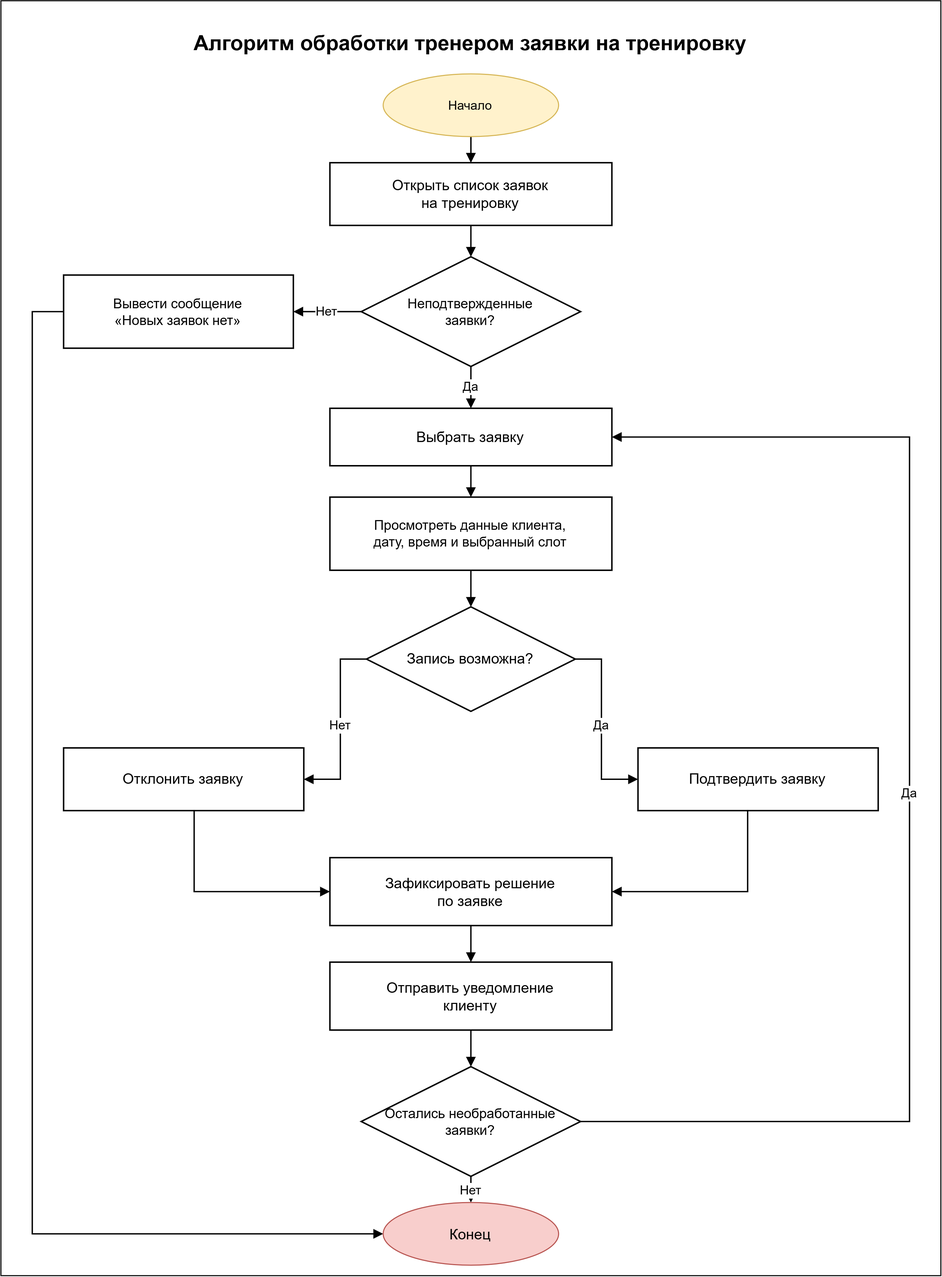
The draw.io diagram docs/diagrams/fitness_club_algorithm.png in anxthercode/DBMS_fitnessclub, before a commit. Source tidied: cells renumbered, new cells last; positions are measured from the earlier drawing's top-left corner, leaving out a move shared by most shapes. Its diagram source:
```xml
<mxGraphModel background="#ffffff">
  <root>
    <mxCell id="0" />
    <mxCell id="1" parent="0" />
    <mxCell id="2" style="rounded=0;whiteSpace=wrap;html=1;" parent="1" vertex="1">
      <mxGeometry width="900" height="1220" as="geometry" />
    </mxCell>
    <mxCell id="3" value="Алгоритм обработки тренером заявки на тренировку" style="text;html=1;strokeColor=none;fillColor=none;align=center;verticalAlign=middle;whiteSpace=wrap;fontFamily=Arial;fontSize=20;fontStyle=1;fontColor=#000000;" parent="1" vertex="1">
      <mxGeometry x="100" y="20" width="700" height="40" as="geometry" />
    </mxCell>
    <mxCell id="4" value="Открыть список заявок&lt;br&gt;на тренировку" style="rounded=0;whiteSpace=wrap;html=1;fillColor=#FFFFFF;strokeColor=#000000;strokeWidth=1.4;fontFamily=Arial;fontSize=14;fontColor=#000000;align=center;verticalAlign=middle;spacing=6;" parent="1" vertex="1">
      <mxGeometry x="315" y="155" width="270" height="60" as="geometry" />
    </mxCell>
    <mxCell id="5" value="Неподтвержденные&lt;br&gt;заявки?" style="rhombus;whiteSpace=wrap;html=1;fillColor=#FFFFFF;strokeColor=#000000;strokeWidth=1.4;fontFamily=Arial;fontSize=13;fontColor=#000000;align=center;verticalAlign=middle;spacing=4;" parent="1" vertex="1">
      <mxGeometry x="345" y="245" width="210" height="105" as="geometry" />
    </mxCell>
    <mxCell id="6" value="Вывести сообщение&lt;br&gt;«Новых заявок нет»" style="rounded=0;whiteSpace=wrap;html=1;fillColor=#FFFFFF;strokeColor=#000000;strokeWidth=1.4;fontFamily=Arial;fontSize=13;fontColor=#000000;align=center;verticalAlign=middle;spacing=6;" parent="1" vertex="1">
      <mxGeometry x="60" y="262.5" width="220" height="70" as="geometry" />
    </mxCell>
    <mxCell id="7" value="Выбрать заявку" style="rounded=0;whiteSpace=wrap;html=1;fillColor=#FFFFFF;strokeColor=#000000;strokeWidth=1.4;fontFamily=Arial;fontSize=14;fontColor=#000000;align=center;verticalAlign=middle;spacing=6;" parent="1" vertex="1">
      <mxGeometry x="315" y="390" width="270" height="55" as="geometry" />
    </mxCell>
    <mxCell id="8" value="Просмотреть данные клиента,&lt;br&gt;дату, время и выбранный слот" style="rounded=0;whiteSpace=wrap;html=1;fillColor=#FFFFFF;strokeColor=#000000;strokeWidth=1.4;fontFamily=Arial;fontSize=13;fontColor=#000000;align=center;verticalAlign=middle;spacing=6;" parent="1" vertex="1">
      <mxGeometry x="315" y="475" width="270" height="70" as="geometry" />
    </mxCell>
    <mxCell id="9" value="Запись возможна?" style="rhombus;whiteSpace=wrap;html=1;fillColor=#FFFFFF;strokeColor=#000000;strokeWidth=1.4;fontFamily=Arial;fontSize=14;fontColor=#000000;align=center;verticalAlign=middle;spacing=4;" parent="1" vertex="1">
      <mxGeometry x="350" y="580" width="200" height="100" as="geometry" />
    </mxCell>
    <mxCell id="10" value="Отклонить заявку" style="rounded=0;whiteSpace=wrap;html=1;fillColor=#FFFFFF;strokeColor=#000000;strokeWidth=1.4;fontFamily=Arial;fontSize=14;fontColor=#000000;align=center;verticalAlign=middle;spacing=6;" parent="1" vertex="1">
      <mxGeometry x="60" y="715" width="230" height="60" as="geometry" />
    </mxCell>
    <mxCell id="11" value="Подтвердить заявку" style="rounded=0;whiteSpace=wrap;html=1;fillColor=#FFFFFF;strokeColor=#000000;strokeWidth=1.4;fontFamily=Arial;fontSize=14;fontColor=#000000;align=center;verticalAlign=middle;spacing=6;" parent="1" vertex="1">
      <mxGeometry x="610" y="715" width="230" height="60" as="geometry" />
    </mxCell>
    <mxCell id="12" value="Зафиксировать решение&lt;br&gt;по заявке" style="rounded=0;whiteSpace=wrap;html=1;fillColor=#FFFFFF;strokeColor=#000000;strokeWidth=1.4;fontFamily=Arial;fontSize=14;fontColor=#000000;align=center;verticalAlign=middle;spacing=6;" parent="1" vertex="1">
      <mxGeometry x="315" y="820" width="270" height="65" as="geometry" />
    </mxCell>
    <mxCell id="13" value="Отправить уведомление&lt;br&gt;клиенту" style="rounded=0;whiteSpace=wrap;html=1;fillColor=#FFFFFF;strokeColor=#000000;strokeWidth=1.4;fontFamily=Arial;fontSize=14;fontColor=#000000;align=center;verticalAlign=middle;spacing=6;" parent="1" vertex="1">
      <mxGeometry x="315" y="920" width="270" height="65" as="geometry" />
    </mxCell>
    <mxCell id="14" value="Остались необработанные&lt;br&gt;заявки?" style="rhombus;whiteSpace=wrap;html=1;fillColor=#FFFFFF;strokeColor=#000000;strokeWidth=1.4;fontFamily=Arial;fontSize=13;fontColor=#000000;align=center;verticalAlign=middle;spacing=4;" parent="1" vertex="1">
      <mxGeometry x="345" y="1020" width="210" height="105" as="geometry" />
    </mxCell>
    <mxCell id="15" style="edgeStyle=orthogonalEdgeStyle;rounded=0;jettySize=auto;html=1;endArrow=block;endFill=1;strokeColor=#000000;strokeWidth=1.3;fontFamily=Arial;fontSize=12;fontColor=#000000;labelBackgroundColor=#FFFFFF;" parent="1" edge="1" target="4">
      <mxGeometry relative="1" as="geometry">
        <mxPoint x="450" y="125" as="sourcePoint" />
      </mxGeometry>
    </mxCell>
    <mxCell id="16" style="edgeStyle=orthogonalEdgeStyle;rounded=0;jettySize=auto;html=1;endArrow=block;endFill=1;strokeColor=#000000;strokeWidth=1.3;fontFamily=Arial;fontSize=12;fontColor=#000000;labelBackgroundColor=#FFFFFF;" parent="1" edge="1" source="4" target="5">
      <mxGeometry relative="1" as="geometry" />
    </mxCell>
    <mxCell id="17" value="Нет" style="edgeStyle=orthogonalEdgeStyle;rounded=0;jettySize=auto;html=1;endArrow=block;endFill=1;strokeColor=#000000;strokeWidth=1.3;fontFamily=Arial;fontSize=12;fontColor=#000000;labelBackgroundColor=#FFFFFF;exitX=0;exitY=0.5;exitDx=0;exitDy=0;entryX=1;entryY=0.5;entryDx=0;entryDy=0;" parent="1" edge="1" source="5" target="6">
      <mxGeometry relative="1" as="geometry" />
    </mxCell>
    <mxCell id="18" style="edgeStyle=orthogonalEdgeStyle;rounded=0;jettySize=auto;html=1;endArrow=block;endFill=1;strokeColor=#000000;strokeWidth=1.3;entryX=0;entryY=0.5;entryDx=0;entryDy=0;" parent="1" edge="1" source="6" target="30">
      <mxGeometry relative="1" as="geometry">
        <Array as="points">
          <mxPoint x="30.1" y="297.5" />
          <mxPoint x="30.1" y="1180" />
        </Array>
      </mxGeometry>
    </mxCell>
    <mxCell id="19" value="Да" style="edgeStyle=orthogonalEdgeStyle;rounded=0;jettySize=auto;html=1;endArrow=block;endFill=1;strokeColor=#000000;strokeWidth=1.3;fontFamily=Arial;fontSize=12;fontColor=#000000;labelBackgroundColor=#FFFFFF;exitX=0.5;exitY=1;exitDx=0;exitDy=0;entryX=0.5;entryY=0;entryDx=0;entryDy=0;" parent="1" edge="1" source="5" target="7">
      <mxGeometry relative="1" as="geometry" />
    </mxCell>
    <mxCell id="20" style="edgeStyle=orthogonalEdgeStyle;rounded=0;jettySize=auto;html=1;endArrow=block;endFill=1;strokeColor=#000000;strokeWidth=1.3;" parent="1" edge="1" source="7" target="8">
      <mxGeometry relative="1" as="geometry" />
    </mxCell>
    <mxCell id="21" style="edgeStyle=orthogonalEdgeStyle;rounded=0;jettySize=auto;html=1;endArrow=block;endFill=1;strokeColor=#000000;strokeWidth=1.3;" parent="1" edge="1" source="8" target="9">
      <mxGeometry relative="1" as="geometry" />
    </mxCell>
    <mxCell id="22" value="Нет" style="edgeStyle=orthogonalEdgeStyle;rounded=0;jettySize=auto;html=1;endArrow=block;endFill=1;strokeColor=#000000;strokeWidth=1.3;fontFamily=Arial;fontSize=12;fontColor=#000000;labelBackgroundColor=#FFFFFF;exitX=0;exitY=0.5;exitDx=0;exitDy=0;entryX=1;entryY=0.5;entryDx=0;entryDy=0;" parent="1" edge="1" source="9" target="10">
      <mxGeometry relative="1" as="geometry">
        <Array as="points">
          <mxPoint x="325" y="630" />
          <mxPoint x="325" y="745" />
        </Array>
      </mxGeometry>
    </mxCell>
    <mxCell id="23" value="Да" style="edgeStyle=orthogonalEdgeStyle;rounded=0;jettySize=auto;html=1;endArrow=block;endFill=1;strokeColor=#000000;strokeWidth=1.3;fontFamily=Arial;fontSize=12;fontColor=#000000;labelBackgroundColor=#FFFFFF;exitX=1;exitY=0.5;exitDx=0;exitDy=0;entryX=0;entryY=0.5;entryDx=0;entryDy=0;" parent="1" edge="1" source="9" target="11">
      <mxGeometry relative="1" as="geometry">
        <Array as="points">
          <mxPoint x="575" y="630" />
          <mxPoint x="575" y="745" />
        </Array>
      </mxGeometry>
    </mxCell>
    <mxCell id="24" style="edgeStyle=orthogonalEdgeStyle;rounded=0;jettySize=auto;html=1;endArrow=block;endFill=1;strokeColor=#000000;strokeWidth=1.3;exitX=0.5;exitY=1;exitDx=0;exitDy=0;entryX=0;entryY=0.5;entryDx=0;entryDy=0;" parent="1" edge="1" source="10" target="12">
      <mxGeometry relative="1" as="geometry">
        <Array as="points">
          <mxPoint x="185" y="852" />
        </Array>
      </mxGeometry>
    </mxCell>
    <mxCell id="25" style="edgeStyle=orthogonalEdgeStyle;rounded=0;jettySize=auto;html=1;endArrow=block;endFill=1;strokeColor=#000000;strokeWidth=1.3;exitX=0.5;exitY=1;exitDx=0;exitDy=0;entryX=1;entryY=0.5;entryDx=0;entryDy=0;" parent="1" edge="1" source="11" target="12">
      <mxGeometry relative="1" as="geometry">
        <Array as="points">
          <mxPoint x="715" y="852" />
        </Array>
      </mxGeometry>
    </mxCell>
    <mxCell id="26" style="edgeStyle=orthogonalEdgeStyle;rounded=0;jettySize=auto;html=1;endArrow=block;endFill=1;strokeColor=#000000;strokeWidth=1.3;" parent="1" edge="1" source="12" target="13">
      <mxGeometry relative="1" as="geometry" />
    </mxCell>
    <mxCell id="27" style="edgeStyle=orthogonalEdgeStyle;rounded=0;jettySize=auto;html=1;endArrow=block;endFill=1;strokeColor=#000000;strokeWidth=1.3;" parent="1" edge="1" source="13" target="14">
      <mxGeometry relative="1" as="geometry" />
    </mxCell>
    <mxCell id="28" value="Нет" style="edgeStyle=orthogonalEdgeStyle;rounded=0;jettySize=auto;html=1;endArrow=block;endFill=1;strokeColor=#000000;strokeWidth=1.3;fontFamily=Arial;fontSize=12;fontColor=#000000;labelBackgroundColor=#FFFFFF;exitX=0.5;exitY=1;exitDx=0;exitDy=0;entryX=0.5;entryY=0;entryDx=0;entryDy=0;" parent="1" edge="1" source="14" target="30">
      <mxGeometry relative="1" as="geometry" />
    </mxCell>
    <mxCell id="29" value="Да" style="edgeStyle=orthogonalEdgeStyle;rounded=0;jettySize=auto;html=1;endArrow=block;endFill=1;strokeColor=#000000;strokeWidth=1.3;fontFamily=Arial;fontSize=12;fontColor=#000000;labelBackgroundColor=#FFFFFF;exitX=1;exitY=0.5;exitDx=0;exitDy=0;entryX=1;entryY=0.5;entryDx=0;entryDy=0;" parent="1" edge="1" source="14" target="7">
      <mxGeometry relative="1" as="geometry">
        <Array as="points">
          <mxPoint x="870.1" y="1072.5" />
          <mxPoint x="870.1" y="417.5" />
        </Array>
      </mxGeometry>
    </mxCell>
    <mxCell id="30" value="&lt;span style=&quot;font-family: Arial; font-size: 14px;&quot;&gt;Конец&lt;/span&gt;" style="ellipse;whiteSpace=wrap;html=1;shapeInside=1;fillColor=#f8cecc;strokeColor=#b85450;" parent="1" vertex="1">
      <mxGeometry x="366" y="1150" width="168" height="60" as="geometry" />
    </mxCell>
    <mxCell id="31" style="edgeStyle=orthogonalEdgeStyle;rounded=0;jettySize=auto;html=1;exitX=0.5;exitY=1;exitDx=0;exitDy=0;" parent="1" edge="1" source="32" target="4">
      <mxGeometry relative="1" as="geometry" />
    </mxCell>
    <mxCell id="32" value="Начало" style="ellipse;whiteSpace=wrap;html=1;shapeInside=1;fillColor=#fff2cc;strokeColor=#d6b656;" parent="1" vertex="1">
      <mxGeometry x="366" y="70" width="168" height="60" as="geometry" />
    </mxCell>
  </root>
</mxGraphModel>
```
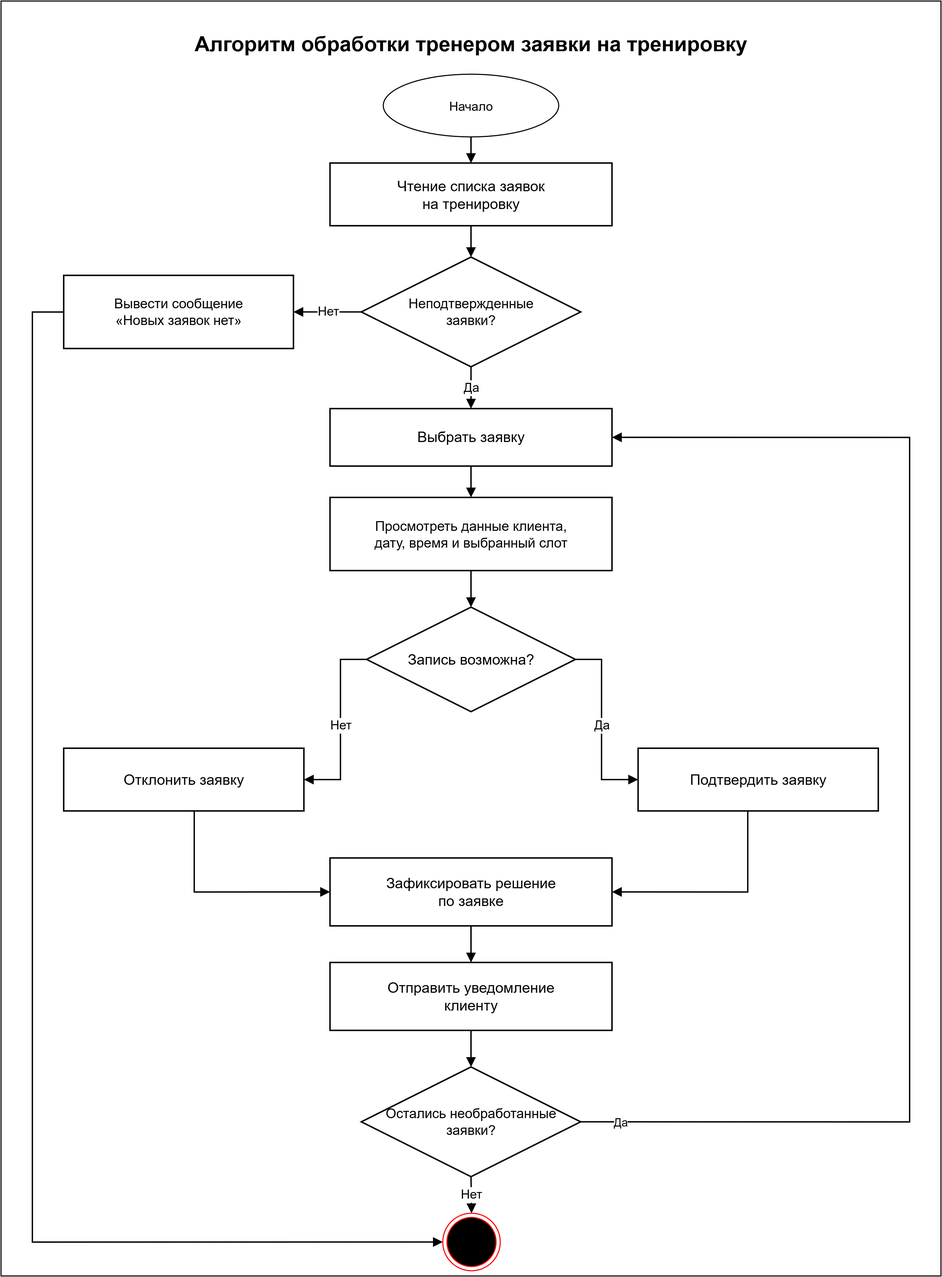
Above is the later version.

Change to the diagram source:
```diff
@@ -8,7 +8,7 @@
     <mxCell id="3" value="Алгоритм обработки тренером заявки на тренировку" style="text;html=1;strokeColor=none;fillColor=none;align=center;verticalAlign=middle;whiteSpace=wrap;fontFamily=Arial;fontSize=20;fontStyle=1;fontColor=#000000;" parent="1" vertex="1">
       <mxGeometry x="100" y="20" width="700" height="40" as="geometry" />
     </mxCell>
-    <mxCell id="4" value="Открыть список заявок&lt;br&gt;на тренировку" style="rounded=0;whiteSpace=wrap;html=1;fillColor=#FFFFFF;strokeColor=#000000;strokeWidth=1.4;fontFamily=Arial;fontSize=14;fontColor=#000000;align=center;verticalAlign=middle;spacing=6;" parent="1" vertex="1">
+    <mxCell id="4" value="Чтение списка заявок&lt;br&gt;на тренировку" style="rounded=0;whiteSpace=wrap;html=1;fillColor=#FFFFFF;strokeColor=#000000;strokeWidth=1.4;fontFamily=Arial;fontSize=14;fontColor=#000000;align=center;verticalAlign=middle;spacing=6;" parent="1" vertex="1">
       <mxGeometry x="315" y="155" width="270" height="60" as="geometry" />
     </mxCell>
     <mxCell id="5" value="Неподтвержденные&lt;br&gt;заявки?" style="rhombus;whiteSpace=wrap;html=1;fillColor=#FFFFFF;strokeColor=#000000;strokeWidth=1.4;fontFamily=Arial;fontSize=13;fontColor=#000000;align=center;verticalAlign=middle;spacing=4;" parent="1" vertex="1">
@@ -52,11 +52,11 @@
     <mxCell id="17" value="Нет" style="edgeStyle=orthogonalEdgeStyle;rounded=0;jettySize=auto;html=1;endArrow=block;endFill=1;strokeColor=#000000;strokeWidth=1.3;fontFamily=Arial;fontSize=12;fontColor=#000000;labelBackgroundColor=#FFFFFF;exitX=0;exitY=0.5;exitDx=0;exitDy=0;entryX=1;entryY=0.5;entryDx=0;entryDy=0;" parent="1" edge="1" source="5" target="6">
       <mxGeometry relative="1" as="geometry" />
     </mxCell>
-    <mxCell id="18" style="edgeStyle=orthogonalEdgeStyle;rounded=0;jettySize=auto;html=1;endArrow=block;endFill=1;strokeColor=#000000;strokeWidth=1.3;entryX=0;entryY=0.5;entryDx=0;entryDy=0;" parent="1" edge="1" source="6" target="30">
+    <mxCell id="18" style="edgeStyle=orthogonalEdgeStyle;rounded=0;jettySize=auto;html=1;endArrow=block;endFill=1;strokeColor=#000000;strokeWidth=1.3;entryX=0;entryY=0.5;entryDx=0;entryDy=0;" parent="1" edge="1" source="6" target="34">
       <mxGeometry relative="1" as="geometry">
         <Array as="points">
           <mxPoint x="30.1" y="297.5" />
-          <mxPoint x="30.1" y="1180" />
+          <mxPoint x="30.1" y="1187.5" />
         </Array>
       </mxGeometry>
     </mxCell>
@@ -105,10 +105,10 @@
     <mxCell id="27" style="edgeStyle=orthogonalEdgeStyle;rounded=0;jettySize=auto;html=1;endArrow=block;endFill=1;strokeColor=#000000;strokeWidth=1.3;" parent="1" edge="1" source="13" target="14">
       <mxGeometry relative="1" as="geometry" />
     </mxCell>
-    <mxCell id="28" value="Нет" style="edgeStyle=orthogonalEdgeStyle;rounded=0;jettySize=auto;html=1;endArrow=block;endFill=1;strokeColor=#000000;strokeWidth=1.3;fontFamily=Arial;fontSize=12;fontColor=#000000;labelBackgroundColor=#FFFFFF;exitX=0.5;exitY=1;exitDx=0;exitDy=0;entryX=0.5;entryY=0;entryDx=0;entryDy=0;" parent="1" edge="1" source="14" target="30">
+    <mxCell id="28" value="Нет" style="edgeStyle=orthogonalEdgeStyle;rounded=0;jettySize=auto;html=1;endArrow=block;endFill=1;strokeColor=#000000;strokeWidth=1.3;fontFamily=Arial;fontSize=12;fontColor=#000000;labelBackgroundColor=#FFFFFF;exitX=0.5;exitY=1;exitDx=0;exitDy=0;entryX=0.5;entryY=0;entryDx=0;entryDy=0;" parent="1" edge="1" source="14" target="34">
       <mxGeometry relative="1" as="geometry" />
     </mxCell>
-    <mxCell id="29" value="Да" style="edgeStyle=orthogonalEdgeStyle;rounded=0;jettySize=auto;html=1;endArrow=block;endFill=1;strokeColor=#000000;strokeWidth=1.3;fontFamily=Arial;fontSize=12;fontColor=#000000;labelBackgroundColor=#FFFFFF;exitX=1;exitY=0.5;exitDx=0;exitDy=0;entryX=1;entryY=0.5;entryDx=0;entryDy=0;" parent="1" edge="1" source="14" target="7">
+    <mxCell id="29" style="edgeStyle=orthogonalEdgeStyle;rounded=0;jettySize=auto;html=1;endArrow=block;endFill=1;strokeColor=#000000;strokeWidth=1.3;fontFamily=Arial;fontSize=12;fontColor=#000000;labelBackgroundColor=#FFFFFF;exitX=1;exitY=0.5;exitDx=0;exitDy=0;entryX=1;entryY=0.5;entryDx=0;entryDy=0;" parent="1" edge="1" source="14" target="7">
       <mxGeometry relative="1" as="geometry">
         <Array as="points">
           <mxPoint x="870.1" y="1072.5" />
@@ -116,14 +116,17 @@
         </Array>
       </mxGeometry>
     </mxCell>
-    <mxCell id="30" value="&lt;span style=&quot;font-family: Arial; font-size: 14px;&quot;&gt;Конец&lt;/span&gt;" style="ellipse;whiteSpace=wrap;html=1;shapeInside=1;fillColor=#f8cecc;strokeColor=#b85450;" parent="1" vertex="1">
-      <mxGeometry x="366" y="1150" width="168" height="60" as="geometry" />
-    </mxCell>
+    <mxCell id="33" value="Да" style="edgeLabel;html=1;align=center;verticalAlign=middle;" parent="29" vertex="1">
+      <mxGeometry x="-0.94" relative="1" as="geometry" />
+    </mxCell>
     <mxCell id="31" style="edgeStyle=orthogonalEdgeStyle;rounded=0;jettySize=auto;html=1;exitX=0.5;exitY=1;exitDx=0;exitDy=0;" parent="1" edge="1" source="32" target="4">
       <mxGeometry relative="1" as="geometry" />
     </mxCell>
-    <mxCell id="32" value="Начало" style="ellipse;whiteSpace=wrap;html=1;shapeInside=1;fillColor=#fff2cc;strokeColor=#d6b656;" parent="1" vertex="1">
+    <mxCell id="32" value="Начало" style="ellipse;whiteSpace=wrap;html=1;shapeInside=1;" parent="1" vertex="1">
       <mxGeometry x="366" y="70" width="168" height="60" as="geometry" />
     </mxCell>
+    <mxCell id="34" style="ellipse;html=1;shape=endState;fillColor=#000000;strokeColor=#ff0000;" parent="1" vertex="1">
+      <mxGeometry x="423" y="1160" width="55" height="55" as="geometry" />
+    </mxCell>
   </root>
 </mxGraphModel>
```
